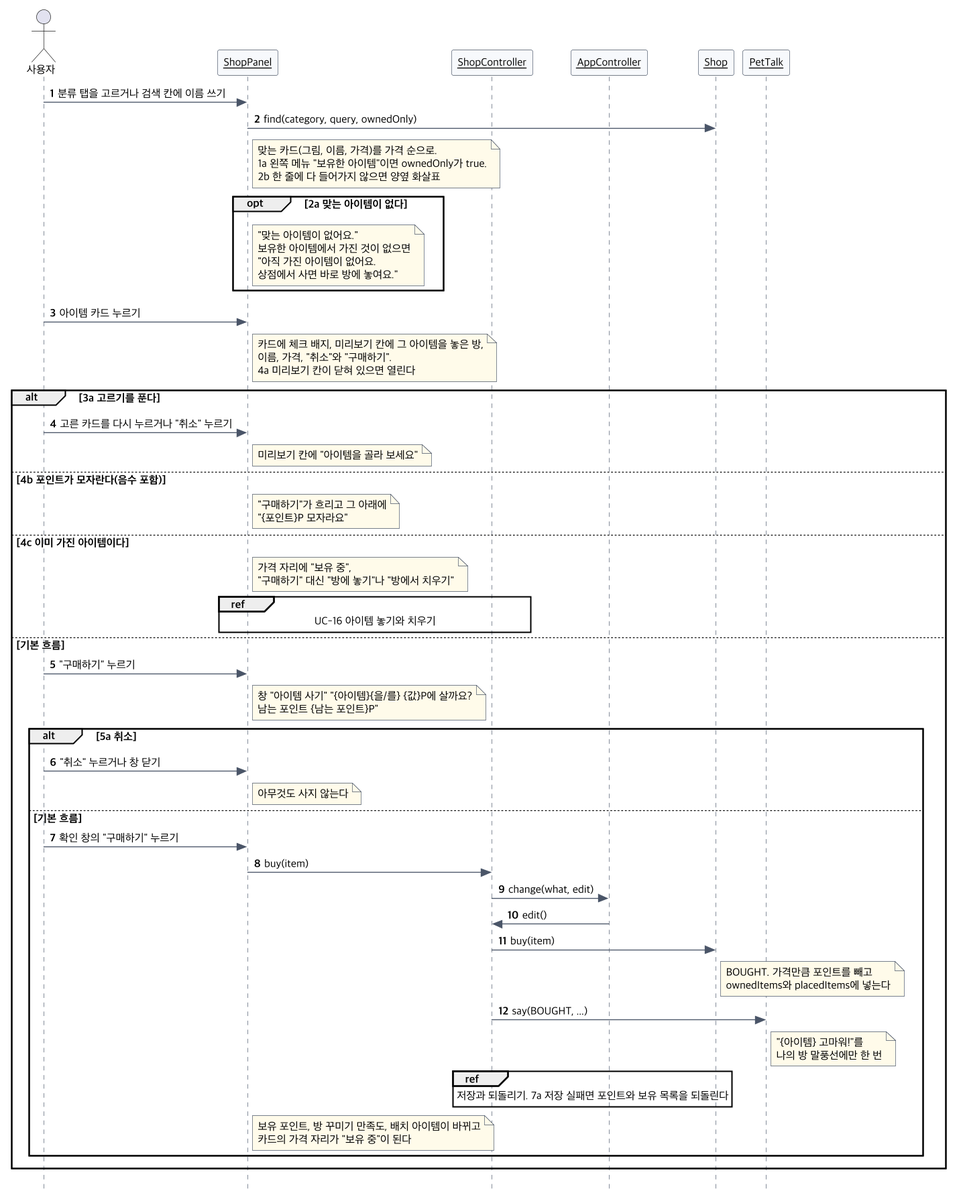
Before: docs/diagrams/seq-uc15.png, a diagram exported from PlantUML (2026-2-software-system-design-11/planning-pet-app). Its diagram source:
```plantuml
@startuml seq-uc15
!include seq-common.iuml
actor 사용자
$obj(ShopPanel)
$obj(ShopController)
$obj(AppController)
$obj(Shop)
$obj(PetTalk)
사용자 -> ShopPanel : 분류 탭을 고르거나 검색 칸에 이름 쓰기
ShopPanel -> Shop : find(category, query, ownedOnly)
note right of ShopPanel : 맞는 카드(그림, 이름, 가격)를 가격 순으로.\n1a 왼쪽 메뉴 "보유한 아이템"이면 ownedOnly가 true.\n2b 한 줄에 다 들어가지 않으면 양옆 화살표
opt 2a 맞는 아이템이 없다
  note right of ShopPanel : "맞는 아이템이 없어요."\n보유한 아이템에서 가진 것이 없으면\n"아직 가진 아이템이 없어요.\n상점에서 사면 바로 방에 놓여요."
end
사용자 -> ShopPanel : 아이템 카드 누르기
note right of ShopPanel : 카드에 체크 배지, 미리보기 칸에 그 아이템을 놓은 방,\n이름, 가격, "취소"와 "구매하기".\n4a 미리보기 칸이 닫혀 있으면 열린다
alt 3a 고르기를 푼다
  사용자 -> ShopPanel : 고른 카드를 다시 누르거나 "취소" 누르기
  note right of ShopPanel : 미리보기 칸에 "아이템을 골라 보세요"
else 4b 포인트가 모자란다(음수 포함)
  note right of ShopPanel : "구매하기"가 흐리고 그 아래에\n"{포인트}P 모자라요"
else 4c 이미 가진 아이템이다
  note right of ShopPanel : 가격 자리에 "보유 중",\n"구매하기" 대신 "방에 놓기"나 "방에서 치우기"
  ref over ShopPanel, ShopController : UC-16 아이템 놓기와 치우기
else 기본 흐름
  사용자 -> ShopPanel : "구매하기" 누르기
  note right of ShopPanel : 창 "아이템 사기" "{아이템}{을/를} {값}P에 살까요?\n남는 포인트 {남는 포인트}P"
  alt 5a 취소
    사용자 -> ShopPanel : "취소" 누르거나 창 닫기
    note right of ShopPanel : 아무것도 사지 않는다
  else 기본 흐름
    사용자 -> ShopPanel : 확인 창의 "구매하기" 누르기
    ShopPanel -> ShopController : buy(item)
    ShopController -> AppController : change(what, edit)
    AppController -> ShopController : edit()
    ShopController -> Shop : buy(item)
    note right of Shop : BOUGHT. 가격만큼 포인트를 빼고\nownedItems와 placedItems에 넣는다
    ShopController -> PetTalk : say(BOUGHT, ...)
    note right of PetTalk : "{아이템} 고마워!"를\n나의 방 말풍선에만 한 번
    ref over ShopController, Shop : 저장과 되돌리기. 7a 저장 실패면 포인트와 보유 목록을 되돌린다
    note right of ShopPanel : 보유 포인트, 방 꾸미기 만족도, 배치 아이템이 바뀌고\n카드의 가격 자리가 "보유 중"이 된다
  end
end
@enduml
```
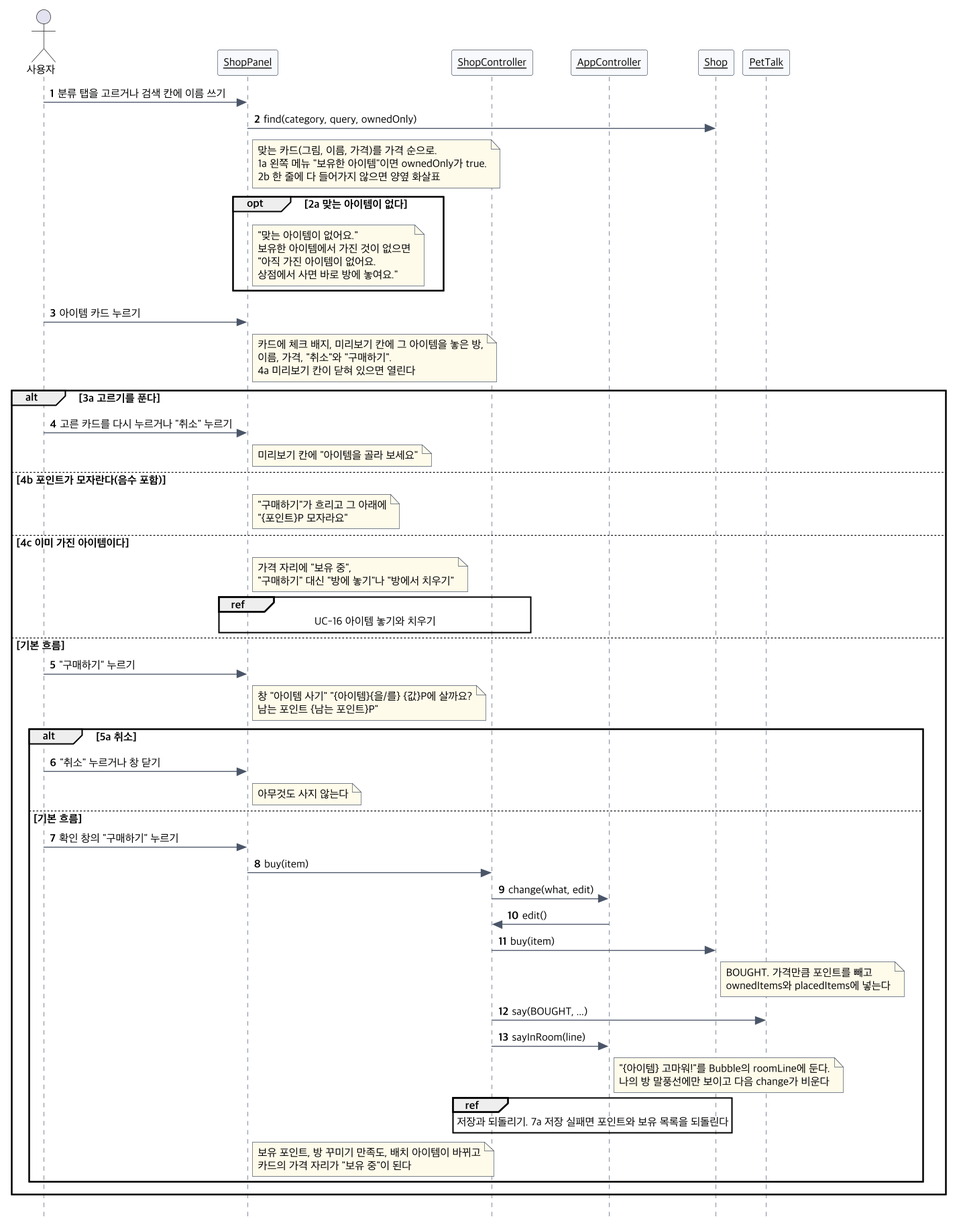
After the change.

Commit message:
docs(pet): 04 UC-14, UC-15, UC-20에 나의 방 말풍선의 한 번 하는 말(sayInRoom) 그리기 (#300)

Diff of the diagram source:
```diff
@@ -36,7 +36,8 @@
     ShopController -> Shop : buy(item)
     note right of Shop : BOUGHT. 가격만큼 포인트를 빼고\nownedItems와 placedItems에 넣는다
     ShopController -> PetTalk : say(BOUGHT, ...)
-    note right of PetTalk : "{아이템} 고마워!"를\n나의 방 말풍선에만 한 번
+    ShopController -> AppController : sayInRoom(line)
+    note right of AppController : "{아이템} 고마워!"를 Bubble의 roomLine에 둔다.\n나의 방 말풍선에만 보이고 다음 change가 비운다
     ref over ShopController, Shop : 저장과 되돌리기. 7a 저장 실패면 포인트와 보유 목록을 되돌린다
     note right of ShopPanel : 보유 포인트, 방 꾸미기 만족도, 배치 아이템이 바뀌고\n카드의 가격 자리가 "보유 중"이 된다
   end
```
